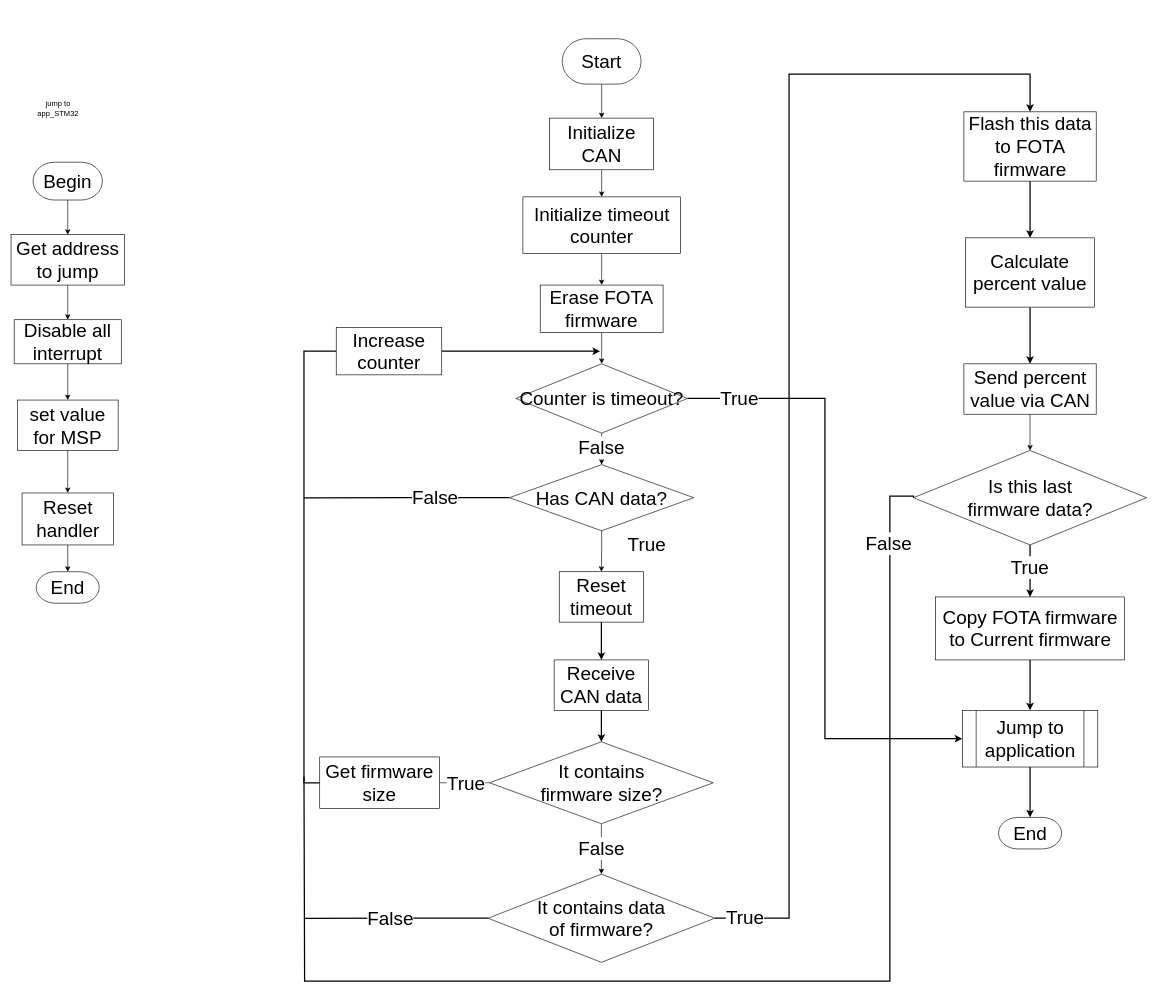
Before: page "STM32" (1 of 8) of STM32_01.drawio in thanhtung386/web_iot_interface, a draw.io diagram. Source tidied: cells renumbered, new cells numbered last; positions are measured from the earlier drawing's top-left corner, leaving out a move shared by most shapes. Both pictures are drawn from the tidied source at 63%, with x=0, y=0 at pixel (11, 38).
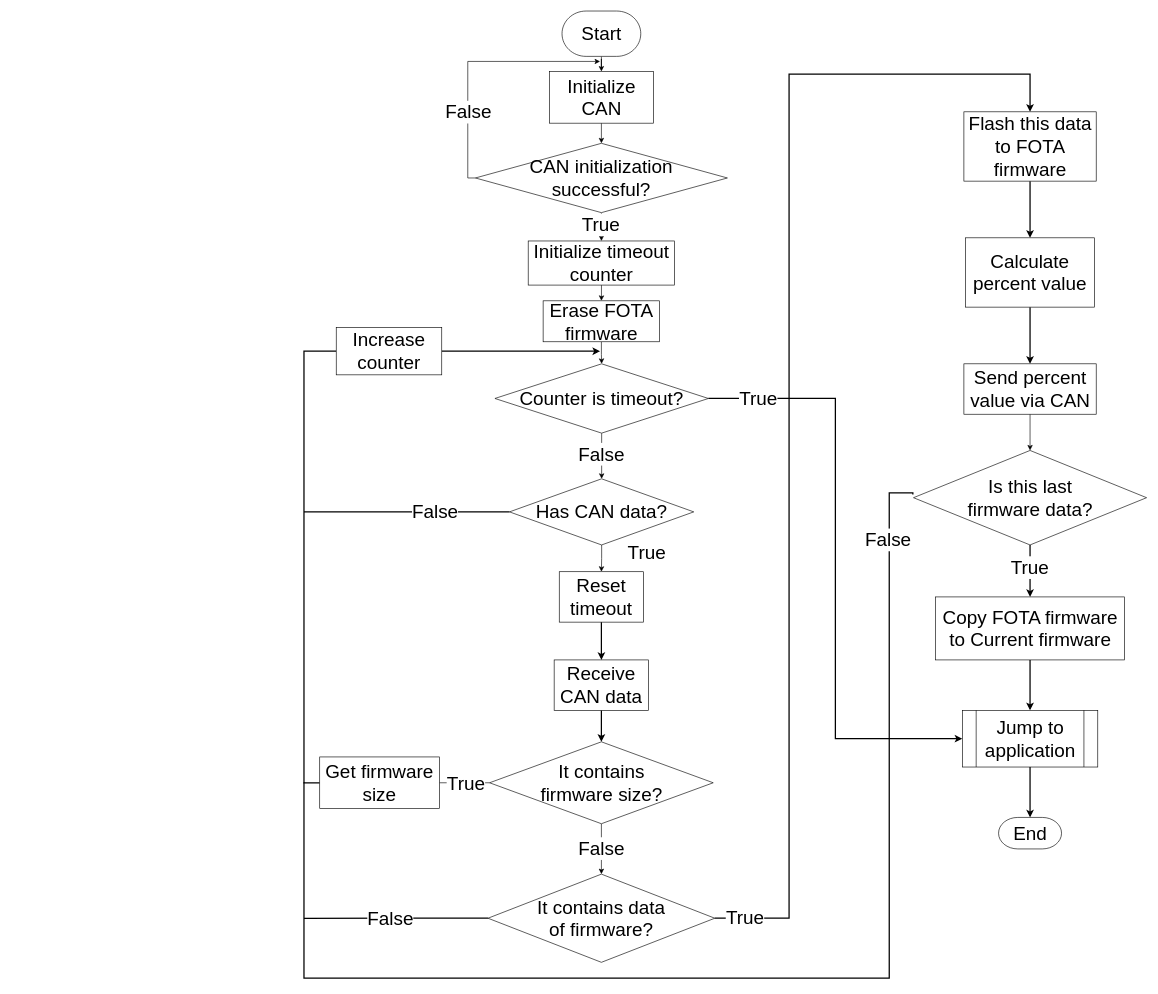
The same diagram, later.

Unchanged cells that the change refers to:
```xml
<mxCell id="57" value="Is this last&lt;br style=&quot;font-size: 30px;&quot;&gt;firmware data?" style="rhombus;whiteSpace=wrap;html=1;fontSize=30;fontStyle=0;fontFamily=Helvetica;" parent="1" vertex="1">
  <mxGeometry x="1432.5" y="653.5" width="370" height="150" as="geometry" />
</mxCell>
```

What changed in the source:
```diff
@@
-    <mxCell id="2" style="edgeStyle=orthogonalEdgeStyle;rounded=0;jettySize=auto;html=1;fontStyle=0;" parent="1" edge="1" source="3" target="6">
-      <mxGeometry relative="1" as="geometry" />
-    </mxCell>
-    <mxCell id="3" value="Begin" style="whiteSpace=wrap;html=1;strokeWidth=1;shape=mxgraph.flowchart.terminator;fontStyle=0;fontSize=30;" parent="1" vertex="1">
-      <mxGeometry x="35" y="196" width="110" height="60" as="geometry" />
-    </mxCell>
-    <mxCell id="4" value="jump to app_STM32" style="text;html=1;align=center;verticalAlign=middle;whiteSpace=wrap;rounded=0;" parent="1" vertex="1">
-      <mxGeometry x="45" y="96" width="60" height="30" as="geometry" />
-    </mxCell>
-    <mxCell id="5" style="edgeStyle=orthogonalEdgeStyle;rounded=0;jettySize=auto;html=1;fontStyle=0;" parent="1" edge="1" source="6" target="8">
-      <mxGeometry relative="1" as="geometry" />
-    </mxCell>
-    <mxCell id="6" value="Get address to jump" style="whiteSpace=wrap;html=1;fontStyle=0;fontSize=30;" parent="1" vertex="1">
-      <mxGeometry y="311" width="180" height="80" as="geometry" />
-    </mxCell>
-    <mxCell id="7" style="edgeStyle=orthogonalEdgeStyle;rounded=0;jettySize=auto;html=1;fontStyle=0;" parent="1" edge="1" source="8" target="10">
-      <mxGeometry relative="1" as="geometry" />
-    </mxCell>
-    <mxCell id="8" value="Disable all interrupt" style="whiteSpace=wrap;html=1;fontStyle=0;fontSize=30;" parent="1" vertex="1">
-      <mxGeometry x="5" y="446" width="170" height="70" as="geometry" />
-    </mxCell>
-    <mxCell id="9" style="edgeStyle=orthogonalEdgeStyle;rounded=0;jettySize=auto;html=1;fontStyle=0;" parent="1" edge="1" source="10" target="65">
-      <mxGeometry relative="1" as="geometry" />
-    </mxCell>
-    <mxCell id="10" value="set value for MSP" style="whiteSpace=wrap;html=1;fontStyle=0;fontSize=30;" parent="1" vertex="1">
-      <mxGeometry x="10" y="573.5" width="160" height="80" as="geometry" />
-    </mxCell>
-    <mxCell id="11" value="End" style="whiteSpace=wrap;html=1;strokeWidth=1;shape=mxgraph.flowchart.terminator;fontStyle=0;fontSize=30;" parent="1" vertex="1">
-      <mxGeometry x="40" y="846" width="100" height="50" as="geometry" />
-    </mxCell>
@@
     <mxCell id="13" value="&lt;font style=&quot;font-size: 30px;&quot;&gt;Start&lt;/font&gt;" style="whiteSpace=wrap;html=1;strokeWidth=1;shape=mxgraph.flowchart.terminator;fontSize=30;fontStyle=0;fontFamily=Helvetica;" parent="1" vertex="1">
-      <mxGeometry x="875" width="125" height="72" as="geometry" />
+      <mxGeometry x="874.6" y="-44" width="125" height="72" as="geometry" />
     </mxCell>
-    <mxCell id="14" style="edgeStyle=orthogonalEdgeStyle;rounded=0;jettySize=auto;html=1;fontStyle=0;fontSize=30;" parent="1" edge="1" source="15" target="39">
-      <mxGeometry relative="1" as="geometry" />
-    </mxCell>
+    <mxCell id="66" style="edgeStyle=orthogonalEdgeStyle;rounded=0;jettySize=auto;html=1;exitX=0.5;exitY=1;exitDx=0;exitDy=0;entryX=0.5;entryY=0;entryDx=0;entryDy=0;" parent="1" edge="1" source="15" target="71">
+      <mxGeometry relative="1" as="geometry" />
+    </mxCell>
     <mxCell id="15" value="&lt;font style=&quot;font-size: 30px;&quot;&gt;Initialize CAN&lt;/font&gt;" style="whiteSpace=wrap;html=1;fontSize=30;fontStyle=0;fontFamily=Helvetica;" parent="1" vertex="1">
-      <mxGeometry x="855" y="126" width="165" height="82" as="geometry" />
+      <mxGeometry x="854.6" y="52" width="165" height="82" as="geometry" />
     </mxCell>
@@
     <mxCell id="18" style="edgeStyle=orthogonalEdgeStyle;rounded=0;jettySize=auto;html=1;exitX=0;exitY=0.5;exitDx=0;exitDy=0;exitPerimeter=0;endArrow=none;endFill=0;fontStyle=0;fontSize=30;strokeWidth=2;" parent="1" edge="1" source="20">
       <mxGeometry relative="1" as="geometry">
-        <mxPoint x="465" y="728.6" as="targetPoint" />
+        <mxPoint x="465" y="751" as="targetPoint" />
       </mxGeometry>
     </mxCell>
@@
     <mxCell id="20" value="Has CAN data?" style="rounded=0;whiteSpace=wrap;html=1;strokeWidth=1;shape=mxgraph.flowchart.decision;fontSize=30;fontStyle=0;fontFamily=Helvetica;" parent="1" vertex="1">
-      <mxGeometry x="791.2" y="676" width="292.5" height="105" as="geometry" />
+      <mxGeometry x="791.2" y="698.5" width="292.5" height="105" as="geometry" />
     </mxCell>
@@
     <mxCell id="39" value="Initialize timeout counter" style="whiteSpace=wrap;html=1;fontSize=30;fontStyle=0;fontFamily=Helvetica;" parent="1" vertex="1">
-      <mxGeometry x="812.5" y="251" width="250" height="90" as="geometry" />
+      <mxGeometry x="820.9" y="321" width="232.5" height="70" as="geometry" />
     </mxCell>
@@
     <mxCell id="44" value="Counter is timeout?" style="whiteSpace=wrap;html=1;strokeWidth=1;shape=mxgraph.flowchart.decision;fontSize=30;fontStyle=0;fontFamily=Helvetica;" parent="1" vertex="1">
-      <mxGeometry x="801.2" y="516" width="272.5" height="110" as="geometry" />
+      <mxGeometry x="768.1" y="516" width="338.8" height="110" as="geometry" />
     </mxCell>
@@
     <mxCell id="48" value="Erase FOTA firmware" style="whiteSpace=wrap;html=1;fontSize=30;fontStyle=0;fontFamily=Helvetica;" parent="1" vertex="1">
-      <mxGeometry x="840" y="391" width="195" height="75" as="geometry" />
+      <mxGeometry x="844.6" y="416" width="185" height="65" as="geometry" />
     </mxCell>
@@
-    <mxCell id="55" style="edgeStyle=orthogonalEdgeStyle;rounded=0;jettySize=auto;html=1;exitX=0;exitY=0.5;exitDx=0;exitDy=0;endArrow=none;endFill=0;fontStyle=0;fontSize=30;strokeWidth=2;" parent="1" edge="1" source="57">
+    <mxCell id="55" style="edgeStyle=orthogonalEdgeStyle;rounded=0;orthogonalLoop=1;jettySize=auto;html=1;exitX=0;exitY=0.5;exitDx=0;exitDy=0;endArrow=none;endFill=0;fontStyle=0;fontSize=30;strokeWidth=2;" parent="1" edge="1">
       <mxGeometry relative="1" as="geometry">
-        <mxPoint x="465" y="1171" as="targetPoint" />
+        <mxPoint x="1431.5" y="723.5" as="sourcePoint" />
+        <mxPoint x="464" y="1181" as="targetPoint" />
         <Array as="points">
-          <mxPoint x="1432" y="726" />
-          <mxPoint x="1395" y="726" />
-          <mxPoint x="1395" y="1496" />
-          <mxPoint x="466" y="1496" />
-          <mxPoint x="466" y="1171" />
+          <mxPoint x="1431" y="721" />
+          <mxPoint x="1394" y="721" />
+          <mxPoint x="1394" y="1491" />
+          <mxPoint x="465" y="1491" />
+          <mxPoint x="465" y="1181" />
+          <mxPoint x="464" y="1181" />
         </Array>
       </mxGeometry>
     </mxCell>
@@
-    <mxCell id="64" style="edgeStyle=orthogonalEdgeStyle;rounded=0;jettySize=auto;html=1;fontStyle=0;" parent="1" edge="1" source="65" target="11">
-      <mxGeometry relative="1" as="geometry" />
-    </mxCell>
-    <mxCell id="65" value="Reset handler" style="whiteSpace=wrap;html=1;fontStyle=0;fontSize=30;" parent="1" vertex="1">
-      <mxGeometry x="17.5" y="721" width="145" height="82.5" as="geometry" />
-    </mxCell>
+    <mxCell id="67" style="edgeStyle=orthogonalEdgeStyle;rounded=0;jettySize=auto;html=1;exitX=0;exitY=0.5;exitDx=0;exitDy=0;" parent="1" edge="1" source="71">
+      <mxGeometry relative="1" as="geometry">
+        <mxPoint x="935" y="36" as="targetPoint" />
+        <Array as="points">
+          <mxPoint x="725" y="221" />
+          <mxPoint x="725" y="36" />
+        </Array>
+      </mxGeometry>
+    </mxCell>
+    <mxCell id="68" value="False" style="edgeLabel;html=1;align=center;verticalAlign=middle;fontSize=30;" parent="67" vertex="1">
+      <mxGeometry x="-0.42" relative="1" as="geometry" />
+    </mxCell>
+    <mxCell id="69" style="edgeStyle=orthogonalEdgeStyle;rounded=0;jettySize=auto;html=1;exitX=0.5;exitY=1;exitDx=0;exitDy=0;entryX=0.5;entryY=0;entryDx=0;entryDy=0;" parent="1" edge="1" source="71" target="39">
+      <mxGeometry relative="1" as="geometry" />
+    </mxCell>
+    <mxCell id="70" value="True" style="edgeLabel;html=1;align=center;verticalAlign=middle;fontSize=30;" parent="69" vertex="1">
+      <mxGeometry x="-0.18" y="-2" relative="1" as="geometry" />
+    </mxCell>
+    <mxCell id="71" value="CAN initialization&lt;br style=&quot;font-size: 30px;&quot;&gt;successful?" style="rhombus;whiteSpace=wrap;html=1;fontSize=30;" parent="1" vertex="1">
+      <mxGeometry x="737.1" y="166" width="400" height="110" as="geometry" />
+    </mxCell>
```
